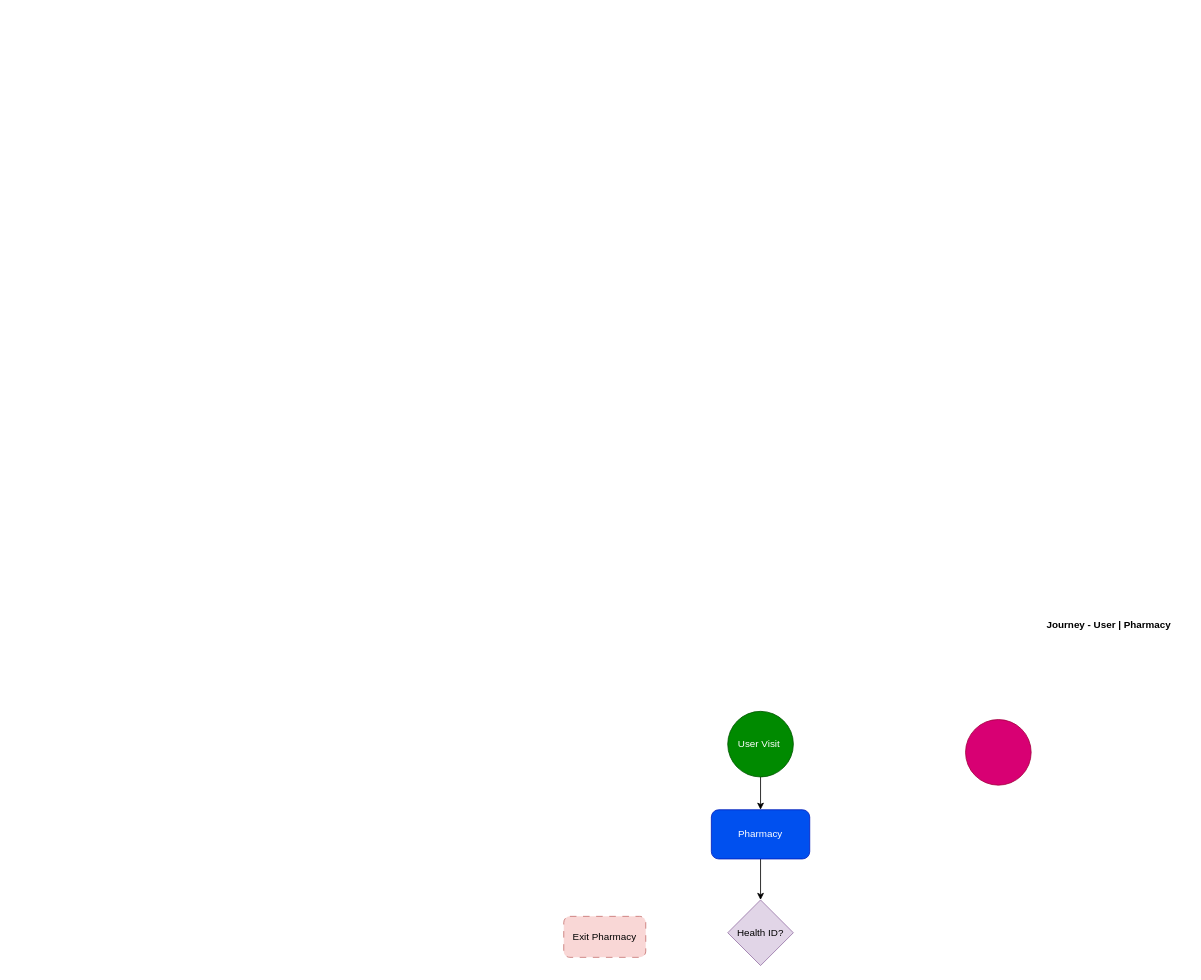
Earlier version of the draw.io diagram Untitled Diagram.drawio (dabiko/draw-io). Source tidied: cells renumbered, new cells numbered last; positions are measured from the earlier drawing's top-left corner, leaving out a move shared by most shapes. Both pictures are drawn from the tidied source at 82%, with x=0, y=0 at pixel (563, 613).
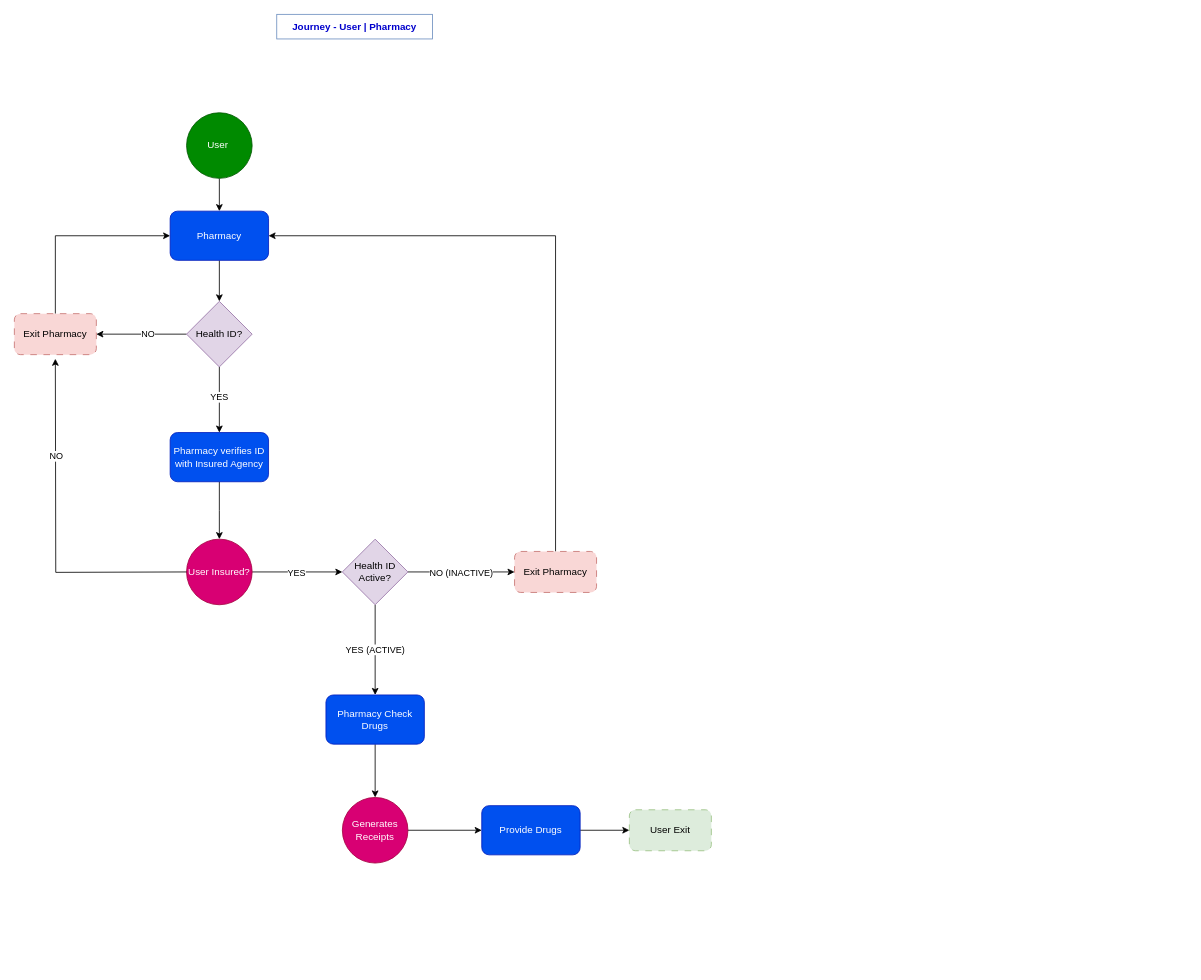
After the change.

What changed in the source:
```diff
@@
+    <mxCell id="10" style="group;" parent="1" vertex="1">
+      <mxGeometry x="-670" y="-730" width="850" height="1035" as="geometry" />
+    </mxCell>
-    <mxCell id="2" value="&lt;b&gt;Journey - User | Pharmacy&lt;/b&gt;" style="text;html=1;align=center;verticalAlign=middle;whiteSpace=wrap;rounded=0;" parent="1" vertex="1">
-      <mxGeometry x="570" width="190" height="30" as="geometry" />
+    <mxCell id="2" value="&lt;b&gt;&lt;font color=&quot;#0000cc&quot;&gt;Journey - User | Pharmacy&lt;/font&gt;&lt;/b&gt;" style="text;html=1;align=center;verticalAlign=middle;whiteSpace=wrap;rounded=0;fillColor=none;strokeColor=#6c8ebf;" parent="10" vertex="1">
+      <mxGeometry x="320" width="190" height="30" as="geometry" />
     </mxCell>
+    <mxCell id="11" style="group;" parent="10" vertex="1">
+      <mxGeometry y="120" width="850" height="915" as="geometry" />
+    </mxCell>
-    <mxCell id="3" style="edgeStyle=orthogonalEdgeStyle;rounded=0;jettySize=auto;html=1;entryX=0.5;entryY=0;entryDx=0;entryDy=0;" parent="1" edge="1" source="4" target="7">
+    <mxCell id="3" style="edgeStyle=orthogonalEdgeStyle;rounded=0;jettySize=auto;html=1;entryX=0.5;entryY=0;entryDx=0;entryDy=0;" parent="11" edge="1" source="4" target="7">
       <mxGeometry relative="1" as="geometry" />
     </mxCell>
-    <mxCell id="4" value="User Visit&amp;nbsp;" style="ellipse;whiteSpace=wrap;html=1;fillColor=#008a00;strokeColor=#005700;fontColor=#ffffff;" parent="1" vertex="1">
-      <mxGeometry x="200" y="120" width="80" height="80" as="geometry" />
+    <mxCell id="4" value="User&amp;nbsp;" style="ellipse;whiteSpace=wrap;html=1;fillColor=#008a00;strokeColor=#005700;fontColor=#ffffff;" parent="11" vertex="1">
+      <mxGeometry x="210" width="80" height="80" as="geometry" />
     </mxCell>
+    <mxCell id="12" style="edgeStyle=orthogonalEdgeStyle;rounded=0;jettySize=auto;html=1;entryX=0;entryY=0.5;entryDx=0;entryDy=0;" parent="11" edge="1" source="5" target="26">
+      <mxGeometry relative="1" as="geometry" />
+    </mxCell>
+    <mxCell id="13" value="YES" style="edgeLabel;html=1;align=center;verticalAlign=middle;" parent="12" vertex="1">
+      <mxGeometry x="-0.04" y="-1" relative="1" as="geometry" />
+    </mxCell>
-    <mxCell id="5" style="ellipse;whiteSpace=wrap;html=1;fillColor=#d80073;strokeColor=#A50040;fontColor=#ffffff;" parent="1" vertex="1">
-      <mxGeometry x="490" y="130" width="80" height="80" as="geometry" />
+    <mxCell id="5" value="User Insured?" style="ellipse;whiteSpace=wrap;html=1;fillColor=#d80073;strokeColor=#A50040;fontColor=#ffffff;" parent="11" vertex="1">
+      <mxGeometry x="210" y="520" width="80" height="80" as="geometry" />
     </mxCell>
-    <mxCell id="6" style="edgeStyle=orthogonalEdgeStyle;rounded=0;jettySize=auto;html=1;entryX=0.5;entryY=0;entryDx=0;entryDy=0;" parent="1" edge="1" source="7" target="8">
+    <mxCell id="6" style="edgeStyle=orthogonalEdgeStyle;rounded=0;jettySize=auto;html=1;entryX=0.5;entryY=0;entryDx=0;entryDy=0;" parent="11" edge="1" source="7" target="8">
       <mxGeometry relative="1" as="geometry" />
     </mxCell>
-    <mxCell id="7" value="Pharmacy" style="rounded=1;whiteSpace=wrap;html=1;fillColor=#0050ef;fontColor=#ffffff;strokeColor=#001DBC;" parent="1" vertex="1">
-      <mxGeometry x="180" y="240" width="120" height="60" as="geometry" />
+    <mxCell id="7" value="Pharmacy" style="rounded=1;whiteSpace=wrap;html=1;fillColor=#0050ef;fontColor=#ffffff;strokeColor=#001DBC;" parent="11" vertex="1">
+      <mxGeometry x="190" y="120" width="120" height="60" as="geometry" />
     </mxCell>
+    <mxCell id="14" style="edgeStyle=orthogonalEdgeStyle;rounded=0;jettySize=auto;html=1;entryX=1;entryY=0.5;entryDx=0;entryDy=0;" parent="11" edge="1" source="8" target="9">
+      <mxGeometry relative="1" as="geometry" />
+    </mxCell>
+    <mxCell id="15" value="NO" style="edgeLabel;html=1;align=center;verticalAlign=middle;" parent="14" vertex="1">
+      <mxGeometry x="-0.13" y="-1" relative="1" as="geometry" />
+    </mxCell>
+    <mxCell id="16" style="edgeStyle=orthogonalEdgeStyle;rounded=0;jettySize=auto;html=1;exitX=0.5;exitY=1;exitDx=0;exitDy=0;entryX=0.5;entryY=0;entryDx=0;entryDy=0;" parent="11" edge="1" source="8" target="20">
+      <mxGeometry relative="1" as="geometry" />
+    </mxCell>
+    <mxCell id="17" value="YES" style="edgeLabel;html=1;align=center;verticalAlign=middle;" parent="16" vertex="1">
+      <mxGeometry x="-0.11" y="-1" relative="1" as="geometry" />
+    </mxCell>
-    <mxCell id="8" value="Health ID?" style="rhombus;whiteSpace=wrap;html=1;fillColor=#e1d5e7;strokeColor=#9673a6;" parent="1" vertex="1">
-      <mxGeometry x="200" y="350" width="80" height="80" as="geometry" />
+    <mxCell id="8" value="Health ID?" style="rhombus;whiteSpace=wrap;html=1;fillColor=#e1d5e7;strokeColor=#9673a6;" parent="11" vertex="1">
+      <mxGeometry x="210" y="230" width="80" height="80" as="geometry" />
     </mxCell>
+    <mxCell id="18" style="edgeStyle=orthogonalEdgeStyle;rounded=0;jettySize=auto;html=1;exitX=0.5;exitY=0;exitDx=0;exitDy=0;entryX=0;entryY=0.5;entryDx=0;entryDy=0;" parent="11" edge="1" source="9" target="7">
+      <mxGeometry relative="1" as="geometry" />
+    </mxCell>
-    <mxCell id="9" value="Exit Pharmacy" style="rounded=1;whiteSpace=wrap;html=1;fillColor=#f8cecc;strokeColor=#b85450;dashed=1;dashPattern=8 8;fillStyle=solid;opacity=80;" parent="1" vertex="1">
-      <mxGeometry y="370" width="100" height="50" as="geometry" />
+    <mxCell id="9" value="Exit Pharmacy" style="rounded=1;whiteSpace=wrap;html=1;fillColor=#f8cecc;strokeColor=#b85450;dashed=1;dashPattern=8 8;fillStyle=solid;opacity=80;" parent="11" vertex="1">
+      <mxGeometry y="245" width="100" height="50" as="geometry" />
     </mxCell>
+    <mxCell id="19" style="edgeStyle=orthogonalEdgeStyle;rounded=0;jettySize=auto;html=1;entryX=0.5;entryY=0;entryDx=0;entryDy=0;" parent="11" edge="1" source="20">
+      <mxGeometry relative="1" as="geometry">
+        <mxPoint x="250" y="520" as="targetPoint" />
+      </mxGeometry>
+    </mxCell>
+    <mxCell id="20" value="Pharmacy verifies ID with Insured Agency" style="rounded=1;whiteSpace=wrap;html=1;fillColor=#0050ef;fontColor=#ffffff;strokeColor=#001DBC;" parent="11" vertex="1">
+      <mxGeometry x="190" y="390" width="120" height="60" as="geometry" />
+    </mxCell>
+    <mxCell id="21" style="edgeStyle=orthogonalEdgeStyle;rounded=0;orthogonalLoop=1;jettySize=auto;html=1;" parent="11" edge="1">
+      <mxGeometry relative="1" as="geometry">
+        <mxPoint x="210" y="560" as="sourcePoint" />
+        <mxPoint x="50" y="300" as="targetPoint" />
+      </mxGeometry>
+    </mxCell>
+    <mxCell id="22" value="NO" style="edgeLabel;html=1;align=center;verticalAlign=middle;" parent="21" vertex="1">
+      <mxGeometry x="0.44" relative="1" as="geometry" />
+    </mxCell>
+    <mxCell id="23" style="edgeStyle=orthogonalEdgeStyle;rounded=0;jettySize=auto;html=1;exitX=1;exitY=0.5;exitDx=0;exitDy=0;" parent="11" edge="1" source="26" target="28">
+      <mxGeometry relative="1" as="geometry" />
+    </mxCell>
+    <mxCell id="24" value="NO (INACTIVE)" style="edgeLabel;html=1;align=center;verticalAlign=middle;" parent="23" vertex="1">
+      <mxGeometry x="-0.46" y="-1" relative="1" as="geometry">
+        <mxPoint x="29" as="offset" />
+      </mxGeometry>
+    </mxCell>
+    <mxCell id="25" value="YES (ACTIVE)" style="edgeStyle=orthogonalEdgeStyle;rounded=0;jettySize=auto;html=1;entryX=0.5;entryY=0;entryDx=0;entryDy=0;" parent="11" edge="1" source="26" target="30">
+      <mxGeometry relative="1" as="geometry" />
+    </mxCell>
+    <mxCell id="26" value="Health ID Active?" style="rhombus;whiteSpace=wrap;html=1;fillColor=#e1d5e7;strokeColor=#9673a6;" parent="11" vertex="1">
+      <mxGeometry x="400" y="520" width="80" height="80" as="geometry" />
+    </mxCell>
+    <mxCell id="27" style="edgeStyle=orthogonalEdgeStyle;rounded=0;jettySize=auto;html=1;entryX=1;entryY=0.5;entryDx=0;entryDy=0;" parent="11" edge="1" source="28" target="7">
+      <mxGeometry relative="1" as="geometry">
+        <Array as="points">
+          <mxPoint x="660" y="150" />
+        </Array>
+      </mxGeometry>
+    </mxCell>
+    <mxCell id="28" value="Exit Pharmacy" style="rounded=1;whiteSpace=wrap;html=1;fillColor=#f8cecc;strokeColor=#b85450;dashed=1;dashPattern=8 8;fillStyle=solid;opacity=80;" parent="11" vertex="1">
+      <mxGeometry x="610" y="535" width="100" height="50" as="geometry" />
+    </mxCell>
+    <mxCell id="29" style="edgeStyle=orthogonalEdgeStyle;rounded=0;jettySize=auto;html=1;entryX=0.5;entryY=0;entryDx=0;entryDy=0;" parent="11" edge="1" source="30" target="32">
+      <mxGeometry relative="1" as="geometry" />
+    </mxCell>
+    <mxCell id="30" value="Pharmacy Check Drugs" style="rounded=1;whiteSpace=wrap;html=1;fillColor=#0050ef;fontColor=#ffffff;strokeColor=#001DBC;" parent="11" vertex="1">
+      <mxGeometry x="380" y="710" width="120" height="60" as="geometry" />
+    </mxCell>
+    <mxCell id="31" style="edgeStyle=orthogonalEdgeStyle;rounded=0;jettySize=auto;html=1;exitX=1;exitY=0.5;exitDx=0;exitDy=0;entryX=0;entryY=0.5;entryDx=0;entryDy=0;" parent="11" edge="1" source="32" target="34">
+      <mxGeometry relative="1" as="geometry" />
+    </mxCell>
+    <mxCell id="32" value="Generates Receipts" style="ellipse;whiteSpace=wrap;html=1;fillColor=#d80073;strokeColor=#A50040;fontColor=#ffffff;" parent="11" vertex="1">
+      <mxGeometry x="400" y="835" width="80" height="80" as="geometry" />
+    </mxCell>
+    <mxCell id="33" style="edgeStyle=orthogonalEdgeStyle;rounded=0;jettySize=auto;html=1;exitX=1;exitY=0.5;exitDx=0;exitDy=0;entryX=0;entryY=0.5;entryDx=0;entryDy=0;" parent="11" edge="1" source="34" target="35">
+      <mxGeometry relative="1" as="geometry" />
+    </mxCell>
+    <mxCell id="34" value="Provide Drugs" style="rounded=1;whiteSpace=wrap;html=1;fillColor=#0050ef;fontColor=#ffffff;strokeColor=#001DBC;" parent="11" vertex="1">
+      <mxGeometry x="570" y="845" width="120" height="60" as="geometry" />
+    </mxCell>
+    <mxCell id="35" value="User Exit" style="rounded=1;whiteSpace=wrap;html=1;fillColor=#d5e8d4;strokeColor=#82b366;dashed=1;dashPattern=8 8;fillStyle=solid;opacity=80;" parent="11" vertex="1">
+      <mxGeometry x="750" y="850" width="100" height="50" as="geometry" />
+    </mxCell>
```
